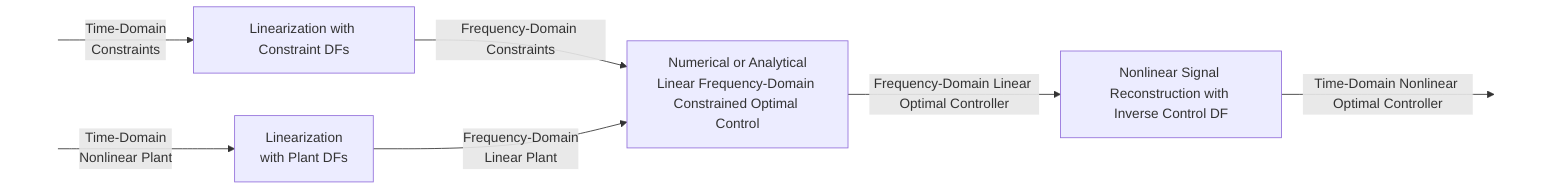
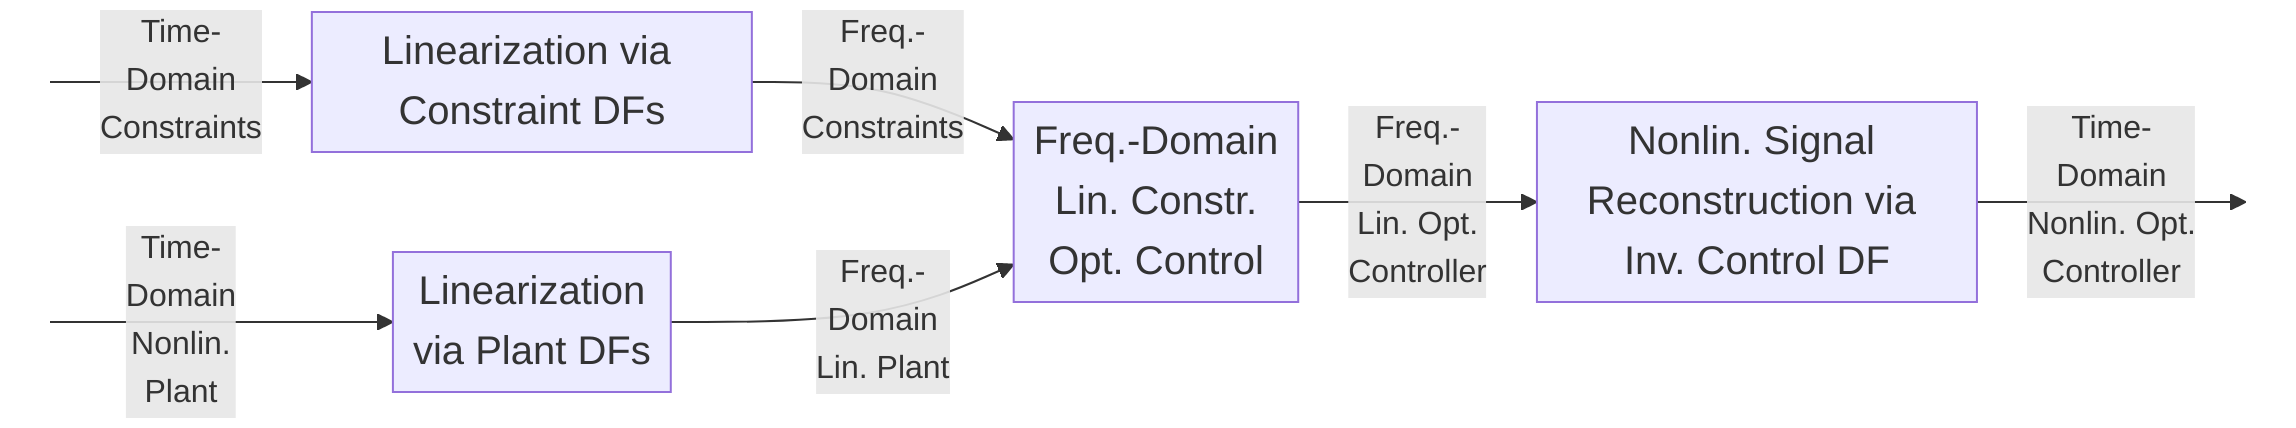
+ %%{init: {'flowchart': { 'padding': 5 , 'diagramPadding': 5 , 'useMaxWidth': false} }}%%
flowchart LR
-     N[ ] --> |Time-Domain <br />Constraints|M
-     M[Linearization with Constraint DFs] --> |Frequency-Domain Constraints|C
-     A[ ] --> |Time-Domain <br />Nonlinear Plant|B[Linearization <br />with Plant DFs]
-     B -->|Frequency-Domain <br />Linear Plant| C[Numerical or Analytical<br />Linear Frequency-Domain Constrained Optimal Control]
-     C -->|Frequency-Domain Linear Optimal Controller| E[Nonlinear Signal Reconstruction with <br />Inverse Control DF]
-     E -->|Time-Domain Nonlinear Optimal Controller| F[" "]
+     N[ ] --> |Time-<br />Domain <br />Constraints|M
+     M[Linearization via Constraint DFs] --> |Freq.-<br />Domain <br />Constraints|C
+     A[ ] --> |Time-<br />Domain <br />Nonlin. <br />Plant|B[Linearization <br />via Plant DFs]
+     B -->|Freq.-<br />Domain <br />Lin. Plant| C[Freq.-Domain<br />Lin. Constr. <br />Opt. Control]
+     C -->|Freq.-<br />Domain <br />Lin. Opt. <br />Controller| E[Nonlin. Signal Reconstruction via <br />Inv. Control DF]
+     E -->|Time-<br />Domain <br />Nonlin. Opt. <br />Controller| F[" "]

    classDef hidden fill:transparent,stroke:transparent,color:transparent;
-     class A,N,F hidden;+     class A,N,F hidden;
+     classDef bigFont font-size:20px
+     class M,C,B,E bigFont